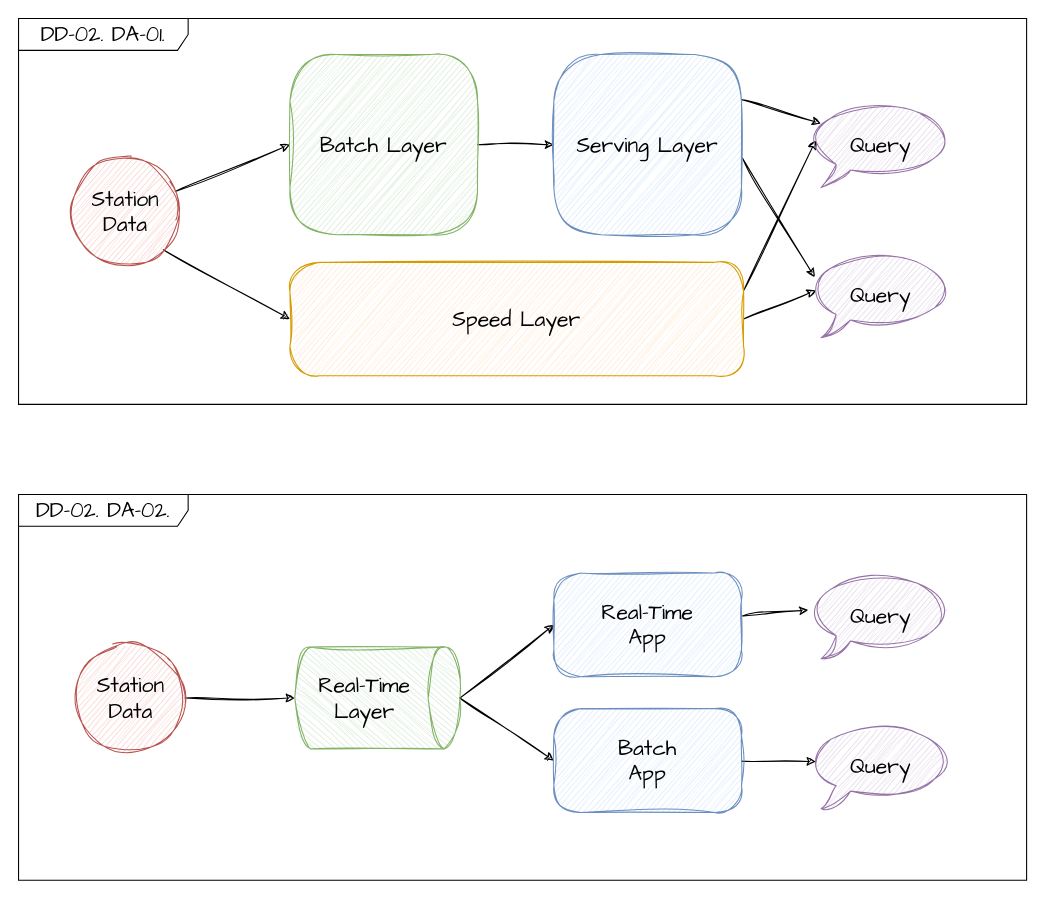
This is DD/DD-02.drawio from coldmu/aa_exam, a draw.io file, before an edit. Source tidied: cells renumbered, new cells numbered last; positions are measured from the earlier drawing's top-left corner, leaving out a move shared by most shapes. Both pictures are drawn from the tidied source at 106%, with x=0, y=0 at pixel (18, 18).
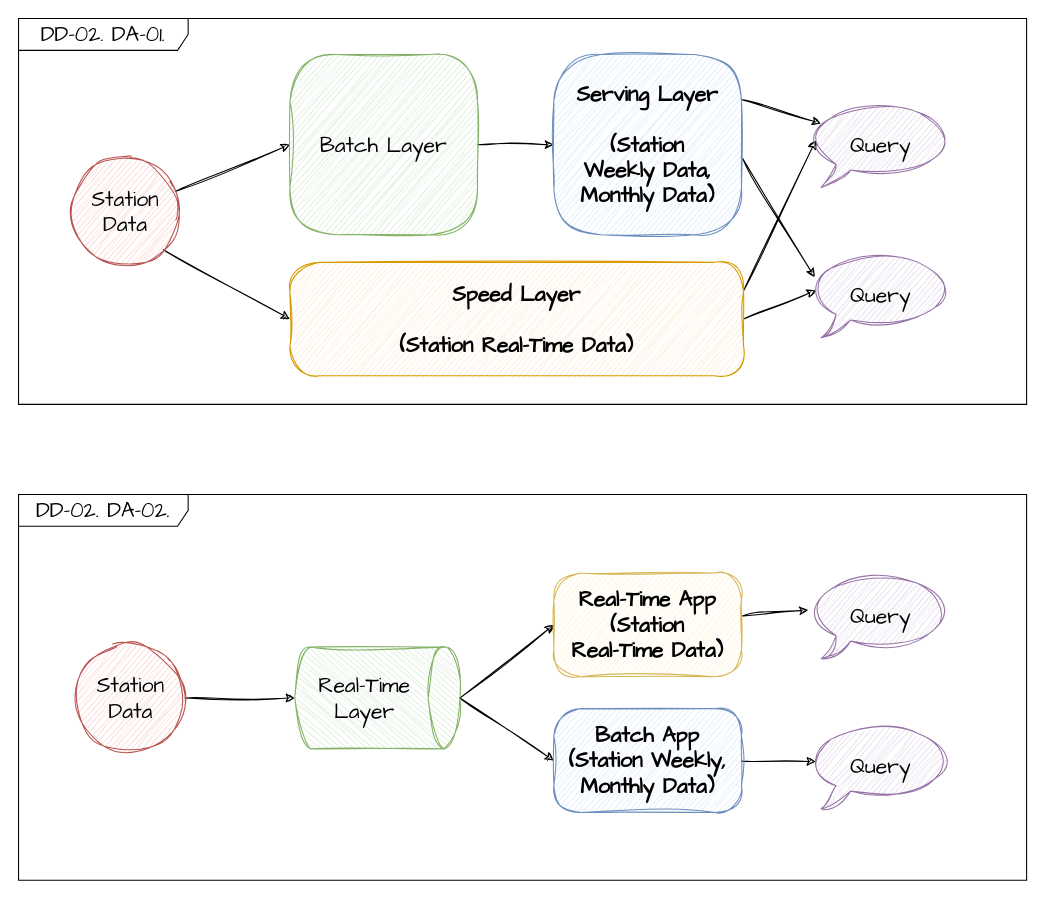
The same page after the edit.

Change to the diagram source:
```diff
@@
-    <mxCell id="11" value="Speed Layer" style="rounded=1;whiteSpace=wrap;html=1;sketch=1;hachureGap=4;jiggle=2;curveFitting=1;fontFamily=Architects Daughter;fontSize=20;arcSize=26;fillColor=#ffe6cc;strokeColor=#d79b00;" parent="1" vertex="1">
+    <mxCell id="11" value="Speed Layer&lt;br&gt;&lt;br&gt;(Station Real-Time Data)" style="rounded=1;whiteSpace=wrap;html=1;sketch=1;hachureGap=4;jiggle=2;curveFitting=1;fontFamily=Architects Daughter;fontSize=20;arcSize=26;fillColor=#ffe6cc;strokeColor=#d79b00;fontStyle=1;" parent="1" vertex="1">
       <mxGeometry x="256" y="230" width="428" height="107" as="geometry" />
     </mxCell>
@@
-    <mxCell id="14" value="Serving Layer" style="rounded=1;whiteSpace=wrap;html=1;sketch=1;hachureGap=4;jiggle=2;curveFitting=1;fontFamily=Architects Daughter;fontSize=20;arcSize=26;fillColor=#dae8fc;strokeColor=#6c8ebf;" parent="1" vertex="1">
+    <mxCell id="14" value="Serving Layer&lt;br&gt;&lt;br&gt;(Station&lt;br&gt;Weekly Data, Monthly Data)" style="rounded=1;whiteSpace=wrap;html=1;sketch=1;hachureGap=4;jiggle=2;curveFitting=1;fontFamily=Architects Daughter;fontSize=20;arcSize=26;fillColor=#dae8fc;strokeColor=#6c8ebf;fontStyle=1;" parent="1" vertex="1">
       <mxGeometry x="505" y="34" width="177" height="170" as="geometry" />
     </mxCell>
@@
-    <mxCell id="19" value="Real-Time&lt;br&gt;App" style="rounded=1;whiteSpace=wrap;html=1;sketch=1;hachureGap=4;jiggle=2;curveFitting=1;fontFamily=Architects Daughter;fontSize=20;arcSize=26;fillColor=#dae8fc;strokeColor=#6c8ebf;" parent="1" vertex="1">
+    <mxCell id="19" value="Real-Time App&lt;br&gt;(Station &lt;br&gt;Real-Time Data)" style="rounded=1;whiteSpace=wrap;html=1;sketch=1;hachureGap=4;jiggle=2;curveFitting=1;fontFamily=Architects Daughter;fontSize=20;arcSize=26;fillColor=#fff2cc;strokeColor=#d6b656;fontStyle=1;" parent="1" vertex="1">
       <mxGeometry x="505" y="523" width="177" height="98" as="geometry" />
     </mxCell>
@@
-    <mxCell id="27" value="Batch&lt;br&gt;App" style="rounded=1;whiteSpace=wrap;html=1;sketch=1;hachureGap=4;jiggle=2;curveFitting=1;fontFamily=Architects Daughter;fontSize=20;arcSize=26;fillColor=#dae8fc;strokeColor=#6c8ebf;" parent="1" vertex="1">
+    <mxCell id="27" value="Batch App&lt;br&gt;(Station Weekly, Monthly Data)" style="rounded=1;whiteSpace=wrap;html=1;sketch=1;hachureGap=4;jiggle=2;curveFitting=1;fontFamily=Architects Daughter;fontSize=20;arcSize=26;fillColor=#dae8fc;strokeColor=#6c8ebf;fontStyle=1;" parent="1" vertex="1">
       <mxGeometry x="505" y="651" width="177" height="98" as="geometry" />
     </mxCell>
```
